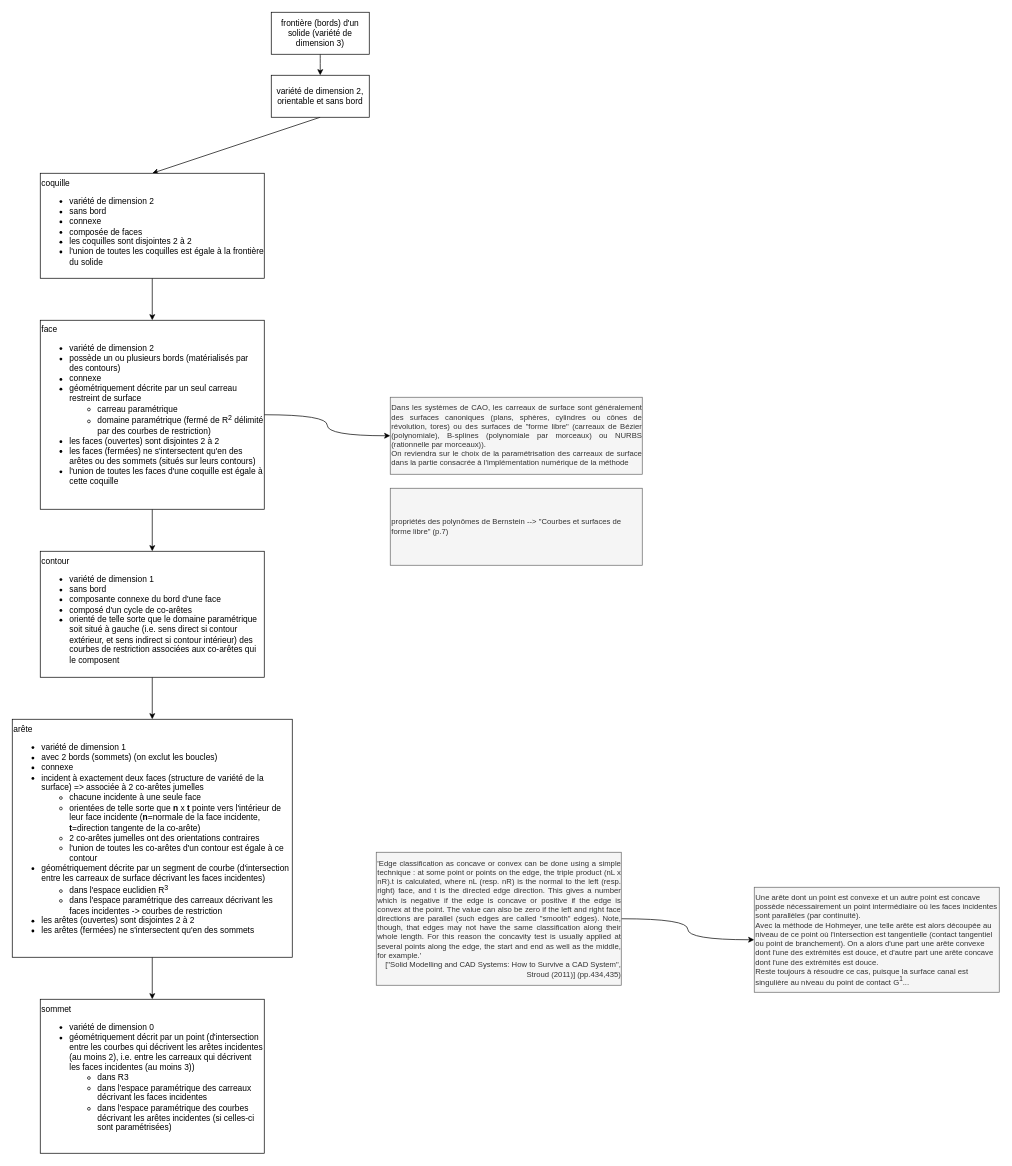
Earlier version of the draw.io diagram page "formalisme_brep" (4 of 5) of mind_map.drawio (BastienAndrieu/These). Source tidied: cells renumbered, new cells numbered last; positions are measured from the earlier drawing's top-left corner, leaving out a move shared by most shapes. Both pictures are drawn from the tidied source at 70%, with x=0, y=0 at pixel (12, 12).
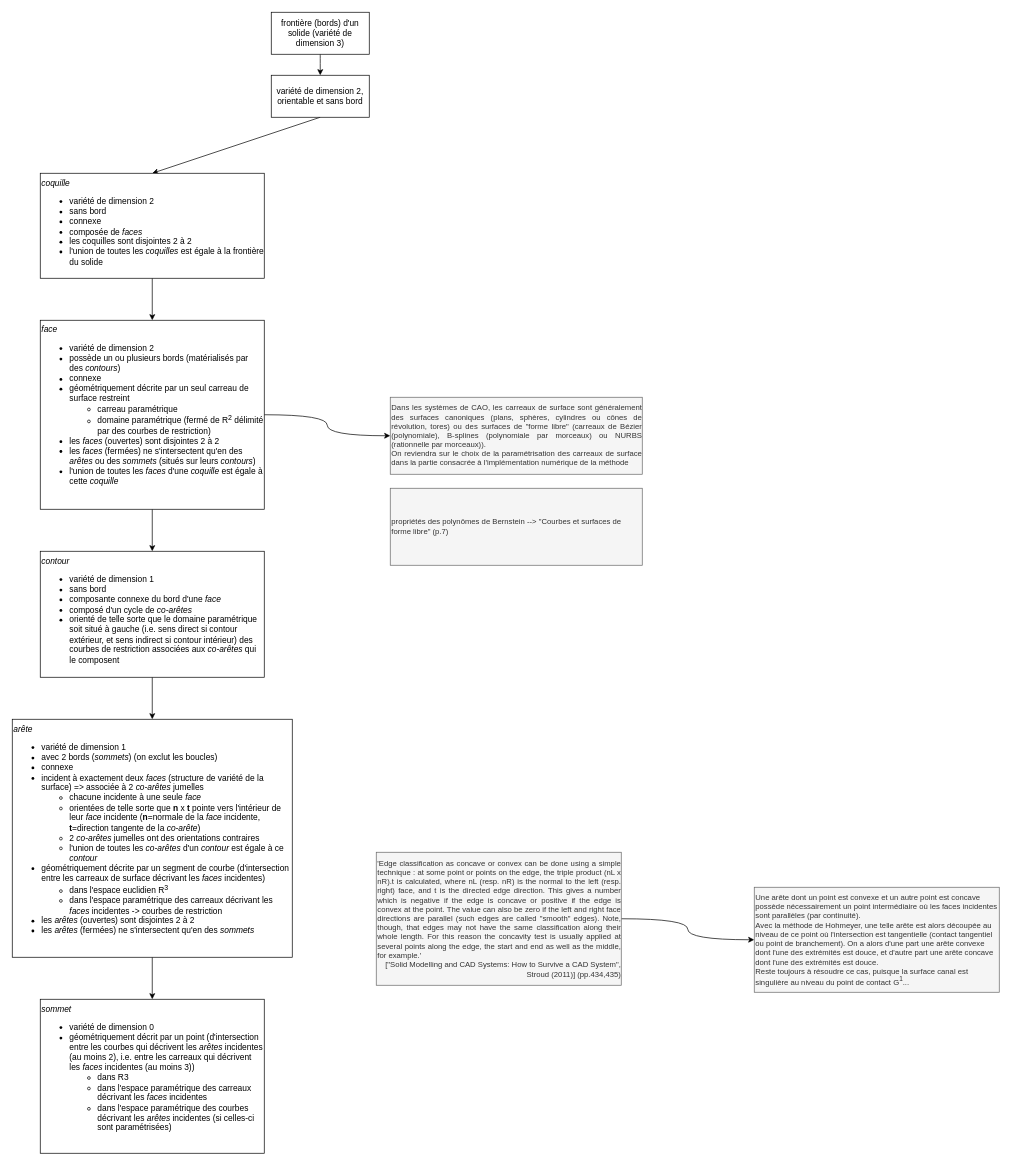
Above is the later version.

The edit, as a diff of the source:
```diff
@@
-    <mxCell id="7" value="&lt;div align=&quot;left&quot;&gt;coquille&lt;br&gt;&lt;ul&gt;&lt;li&gt;variété de dimension 2&lt;/li&gt;&lt;li&gt;sans bord&lt;br&gt;&lt;/li&gt;&lt;li&gt;connexe&lt;/li&gt;&lt;li&gt;composée de faces&lt;/li&gt;&lt;li&gt;les coquilles sont disjointes 2 à 2&lt;/li&gt;&lt;li&gt;l'union de toutes les coquilles est égale à la frontière du solide&lt;br&gt;&lt;/li&gt;&lt;/ul&gt;&lt;/div&gt;" style="rounded=0;whiteSpace=wrap;html=1;align=left;verticalAlign=top;" parent="1" vertex="1">
+    <mxCell id="7" value="&lt;div align=&quot;left&quot;&gt;&lt;i&gt;coquille&lt;/i&gt;&lt;br&gt;&lt;ul&gt;&lt;li&gt;variété de dimension 2&lt;/li&gt;&lt;li&gt;sans bord&lt;br&gt;&lt;/li&gt;&lt;li&gt;connexe&lt;/li&gt;&lt;li&gt;composée de &lt;i&gt;faces&lt;/i&gt;&lt;/li&gt;&lt;li&gt;les coquilles sont disjointes 2 à 2&lt;/li&gt;&lt;li&gt;l'union de toutes les &lt;i&gt;coquilles&lt;/i&gt; est égale à la frontière du solide&lt;br&gt;&lt;/li&gt;&lt;/ul&gt;&lt;/div&gt;" style="rounded=0;whiteSpace=wrap;html=1;align=left;verticalAlign=top;" parent="1" vertex="1">
       <mxGeometry x="40" y="230" width="320" height="150" as="geometry" />
     </mxCell>
@@
-    <mxCell id="10" value="&lt;div align=&quot;left&quot;&gt;face&lt;br&gt;&lt;ul&gt;&lt;li&gt;variété de dimension 2&lt;/li&gt;&lt;li&gt;possède un ou plusieurs bords (matérialisés par des contours)&lt;br&gt;&lt;/li&gt;&lt;li&gt;connexe&lt;/li&gt;&lt;li&gt;géométriquement décrite par un seul carreau restreint de surface&lt;/li&gt;&lt;ul&gt;&lt;li&gt;carreau paramétrique&lt;/li&gt;&lt;li&gt;domaine paramétrique (fermé de R&lt;sup&gt;2&lt;/sup&gt; délimité par des courbes de restriction)&lt;br&gt;&lt;/li&gt;&lt;/ul&gt;&lt;li&gt;les faces (ouvertes) sont disjointes 2 à 2&lt;/li&gt;&lt;li&gt;les faces (fermées) ne s'intersectent qu'en des arêtes ou des sommets (situés sur leurs contours)&lt;/li&gt;&lt;li&gt;l'union de toutes les faces d'une coquille est égale à cette coquille&lt;/li&gt;&lt;/ul&gt;&lt;/div&gt;" style="rounded=0;whiteSpace=wrap;html=1;align=left;verticalAlign=top;" parent="1" vertex="1">
+    <mxCell id="10" value="&lt;div align=&quot;left&quot;&gt;&lt;i&gt;face&lt;/i&gt;&lt;br&gt;&lt;ul&gt;&lt;li&gt;variété de dimension 2&lt;/li&gt;&lt;li&gt;possède un ou plusieurs bords (matérialisés par des &lt;i&gt;contours&lt;/i&gt;)&lt;br&gt;&lt;/li&gt;&lt;li&gt;connexe&lt;/li&gt;&lt;li&gt;géométriquement décrite par un seul carreau de surface restreint&lt;/li&gt;&lt;ul&gt;&lt;li&gt;carreau paramétrique&lt;/li&gt;&lt;li&gt;domaine paramétrique (fermé de R&lt;sup&gt;2&lt;/sup&gt; délimité par des courbes de restriction)&lt;br&gt;&lt;/li&gt;&lt;/ul&gt;&lt;li&gt;les &lt;i&gt;faces&lt;/i&gt; (ouvertes) sont disjointes 2 à 2&lt;/li&gt;&lt;li&gt;les &lt;i&gt;faces&lt;/i&gt; (fermées) ne s'intersectent qu'en des &lt;i&gt;arêtes&lt;/i&gt; ou des &lt;i&gt;sommets&lt;/i&gt; (situés sur leurs &lt;i&gt;contours&lt;/i&gt;)&lt;/li&gt;&lt;li&gt;l'union de toutes les &lt;i&gt;faces&lt;/i&gt; d'une &lt;i&gt;coquille&lt;/i&gt; est égale à cette &lt;i&gt;coquille&lt;/i&gt;&lt;/li&gt;&lt;/ul&gt;&lt;/div&gt;" style="rounded=0;whiteSpace=wrap;html=1;align=left;verticalAlign=top;" parent="1" vertex="1">
       <mxGeometry x="40" y="440" width="320" height="270" as="geometry" />
     </mxCell>
@@
-    <mxCell id="12" value="&lt;div align=&quot;left&quot;&gt;contour&lt;br&gt;&lt;ul&gt;&lt;li&gt;variété de dimension 1&lt;/li&gt;&lt;li&gt;sans bord&lt;br&gt;&lt;/li&gt;&lt;li&gt;composante connexe du bord d'une face&lt;/li&gt;&lt;li&gt;composé d'un cycle de co-arêtes&lt;/li&gt;&lt;li&gt;orienté de telle sorte que le domaine paramétrique soit situé à gauche (i.e. sens direct si contour extérieur, et sens indirect si contour intérieur) des courbes de restriction associées aux co-arêtes qui le composent&lt;br&gt;&lt;/li&gt;&lt;/ul&gt;&lt;/div&gt;" style="rounded=0;whiteSpace=wrap;html=1;align=left;verticalAlign=top;" parent="1" vertex="1">
+    <mxCell id="12" value="&lt;div align=&quot;left&quot;&gt;&lt;i&gt;contour&lt;/i&gt;&lt;br&gt;&lt;ul&gt;&lt;li&gt;variété de dimension 1&lt;/li&gt;&lt;li&gt;sans bord&lt;br&gt;&lt;/li&gt;&lt;li&gt;composante connexe du bord d'une &lt;i&gt;face&lt;/i&gt;&lt;/li&gt;&lt;li&gt;composé d'un cycle de &lt;i&gt;co-arêtes&lt;/i&gt;&lt;/li&gt;&lt;li&gt;orienté de telle sorte que le domaine paramétrique soit situé à gauche (i.e. sens direct si contour extérieur, et sens indirect si contour intérieur) des courbes de restriction associées aux &lt;i&gt;co-arêtes&lt;/i&gt; qui le composent&lt;br&gt;&lt;/li&gt;&lt;/ul&gt;&lt;/div&gt;" style="rounded=0;whiteSpace=wrap;html=1;align=left;verticalAlign=top;" parent="1" vertex="1">
       <mxGeometry x="40" y="770" width="320" height="180" as="geometry" />
     </mxCell>
@@
-    <mxCell id="14" value="&lt;div align=&quot;left&quot;&gt;arête&lt;br&gt;&lt;ul&gt;&lt;li&gt;variété de dimension 1&lt;/li&gt;&lt;li&gt;avec 2 bords (sommets) (on exclut les boucles)&lt;/li&gt;&lt;li&gt;connexe&lt;/li&gt;&lt;li&gt;incident à exactement deux faces (structure de variété de la surface) =&amp;gt; associée à 2 co-arêtes jumelles&lt;/li&gt;&lt;ul&gt;&lt;li&gt;chacune incidente à une seule face&lt;/li&gt;&lt;li&gt;orientées de telle sorte que &lt;b&gt;n&lt;/b&gt; x &lt;b&gt;t&lt;/b&gt; pointe vers l'intérieur de leur face incidente (&lt;b&gt;n&lt;/b&gt;=normale de la face incidente, &lt;b&gt;t&lt;/b&gt;=direction tangente de la co-arête)&lt;br&gt;&lt;/li&gt;&lt;li&gt;2 co-arêtes jumelles ont des orientations contraires&lt;br&gt;&lt;/li&gt;&lt;li&gt;l'union de toutes les co-arêtes d'un contour est égale à ce contour&lt;/li&gt;&lt;/ul&gt;&lt;li&gt;géométriquement décrite par un segment de courbe (d'intersection entre les carreaux de surface décrivant les faces incidentes)&lt;/li&gt;&lt;ul&gt;&lt;li&gt;dans l'espace euclidien R&lt;sup&gt;3&lt;/sup&gt;&lt;/li&gt;&lt;li&gt;dans l'espace paramétrique des carreaux décrivant les faces incidentes -&amp;gt; courbes de restriction &lt;br&gt;&lt;/li&gt;&lt;/ul&gt;&lt;li&gt;les arêtes (ouvertes) sont disjointes 2 à 2&lt;/li&gt;&lt;li&gt;les arêtes (fermées) ne s'intersectent qu'en des sommets&lt;br&gt;&lt;/li&gt;&lt;/ul&gt;&lt;/div&gt;" style="rounded=0;whiteSpace=wrap;html=1;align=left;verticalAlign=top;" parent="1" vertex="1">
+    <mxCell id="14" value="&lt;div align=&quot;left&quot;&gt;&lt;i&gt;arête&lt;/i&gt;&lt;br&gt;&lt;ul&gt;&lt;li&gt;variété de dimension 1&lt;/li&gt;&lt;li&gt;avec 2 bords (&lt;i&gt;sommets&lt;/i&gt;) (on exclut les boucles)&lt;/li&gt;&lt;li&gt;connexe&lt;/li&gt;&lt;li&gt;incident à exactement deux &lt;i&gt;faces&lt;/i&gt; (structure de variété de la surface) =&amp;gt; associée à 2 &lt;i&gt;co-arêtes&lt;/i&gt; jumelles&lt;/li&gt;&lt;ul&gt;&lt;li&gt;chacune incidente à une seule &lt;i&gt;face&lt;/i&gt;&lt;/li&gt;&lt;li&gt;orientées de telle sorte que &lt;b&gt;n&lt;/b&gt; x &lt;b&gt;t&lt;/b&gt; pointe vers l'intérieur de leur &lt;i&gt;face&lt;/i&gt; incidente (&lt;b&gt;n&lt;/b&gt;=normale de la &lt;i&gt;face&lt;/i&gt; incidente, &lt;b&gt;t&lt;/b&gt;=direction tangente de la &lt;i&gt;co-arête&lt;/i&gt;)&lt;br&gt;&lt;/li&gt;&lt;li&gt;2 &lt;i&gt;co-arêtes&lt;/i&gt; jumelles ont des orientations contraires&lt;br&gt;&lt;/li&gt;&lt;li&gt;l'union de toutes les &lt;i&gt;co-arêtes&lt;/i&gt; d'un &lt;i&gt;contour&lt;/i&gt; est égale à ce &lt;i&gt;contour&lt;/i&gt;&lt;/li&gt;&lt;/ul&gt;&lt;li&gt;géométriquement décrite par un segment de courbe (d'intersection entre les carreaux de surface décrivant les &lt;i&gt;faces&lt;/i&gt; incidentes)&lt;/li&gt;&lt;ul&gt;&lt;li&gt;dans l'espace euclidien R&lt;sup&gt;3&lt;/sup&gt;&lt;/li&gt;&lt;li&gt;dans l'espace paramétrique des carreaux décrivant les &lt;i&gt;faces&lt;/i&gt; incidentes -&amp;gt; courbes de restriction &lt;br&gt;&lt;/li&gt;&lt;/ul&gt;&lt;li&gt;les &lt;i&gt;arêtes&lt;/i&gt; (ouvertes) sont disjointes 2 à 2&lt;/li&gt;&lt;li&gt;les &lt;i&gt;arêtes&lt;/i&gt; (fermées) ne s'intersectent qu'en des &lt;i&gt;sommets&lt;/i&gt;&lt;br&gt;&lt;/li&gt;&lt;/ul&gt;&lt;/div&gt;" style="rounded=0;whiteSpace=wrap;html=1;align=left;verticalAlign=top;" parent="1" vertex="1">
       <mxGeometry y="1010" width="400" height="340" as="geometry" />
     </mxCell>
-    <mxCell id="15" value="&lt;div align=&quot;left&quot;&gt;sommet&lt;br&gt;&lt;ul&gt;&lt;li&gt;variété de dimension 0&lt;/li&gt;&lt;li&gt;géométriquement décrit par un point (d'intersection entre les courbes qui décrivent les arêtes incidentes (au moins 2), i.e. entre les carreaux qui décrivent les faces incidentes (au moins 3))&lt;/li&gt;&lt;ul&gt;&lt;li&gt;dans R3&lt;/li&gt;&lt;li&gt;dans l'espace paramétrique des carreaux décrivant les faces incidentes&lt;/li&gt;&lt;li&gt;dans l'espace paramétrique des courbes décrivant les arêtes incidentes (si celles-ci sont paramétrisées)&lt;br&gt;&lt;/li&gt;&lt;/ul&gt;&lt;/ul&gt;&lt;/div&gt;" style="rounded=0;whiteSpace=wrap;html=1;align=left;verticalAlign=top;" parent="1" vertex="1">
+    <mxCell id="15" value="&lt;div align=&quot;left&quot;&gt;&lt;i&gt;sommet&lt;/i&gt;&lt;br&gt;&lt;ul&gt;&lt;li&gt;variété de dimension 0&lt;/li&gt;&lt;li&gt;géométriquement décrit par un point (d'intersection entre les courbes qui décrivent les &lt;i&gt;arêtes&lt;/i&gt; incidentes (au moins 2), i.e. entre les carreaux qui décrivent les &lt;i&gt;faces&lt;/i&gt; incidentes (au moins 3))&lt;/li&gt;&lt;ul&gt;&lt;li&gt;dans R3&lt;/li&gt;&lt;li&gt;dans l'espace paramétrique des carreaux décrivant les &lt;i&gt;faces&lt;/i&gt; incidentes&lt;/li&gt;&lt;li&gt;dans l'espace paramétrique des courbes décrivant les &lt;i&gt;arêtes&lt;/i&gt; incidentes (si celles-ci sont paramétrisées)&lt;br&gt;&lt;/li&gt;&lt;/ul&gt;&lt;/ul&gt;&lt;/div&gt;" style="rounded=0;whiteSpace=wrap;html=1;align=left;verticalAlign=top;" parent="1" vertex="1">
       <mxGeometry x="40" y="1410" width="320" height="220" as="geometry" />
     </mxCell>
```
